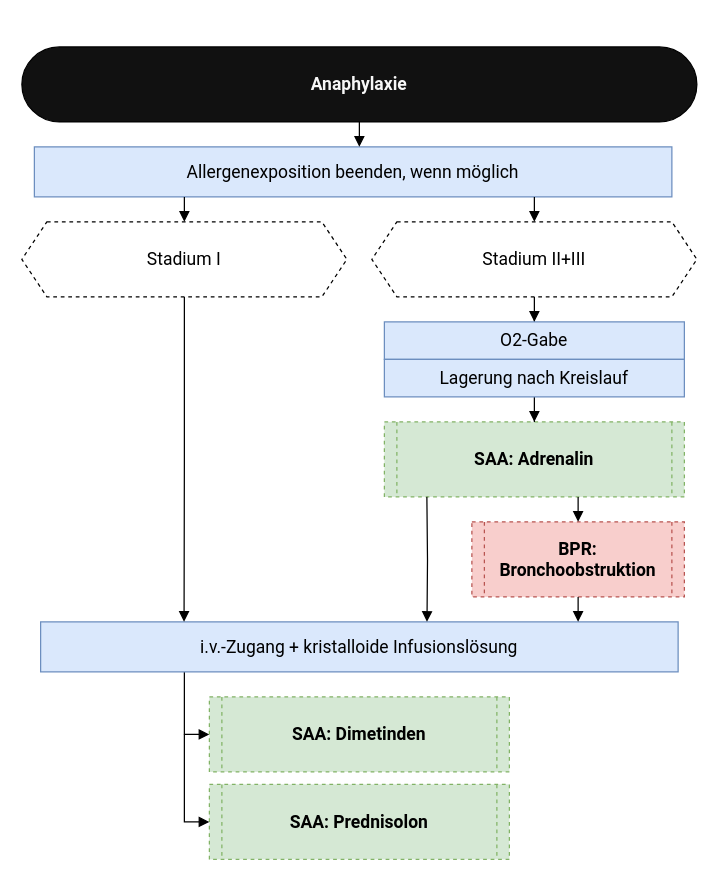
Above: assets/flows/anaphylaxie.drawio in steiiin/notsan-app (draw.io), before the change. Source tidied: cells renumbered, new cells numbered last; positions are measured from the earlier drawing's top-left corner, leaving out a move shared by most shapes. Both pictures are drawn from the tidied source at 125%, with x=0, y=0 at pixel (21, 46).
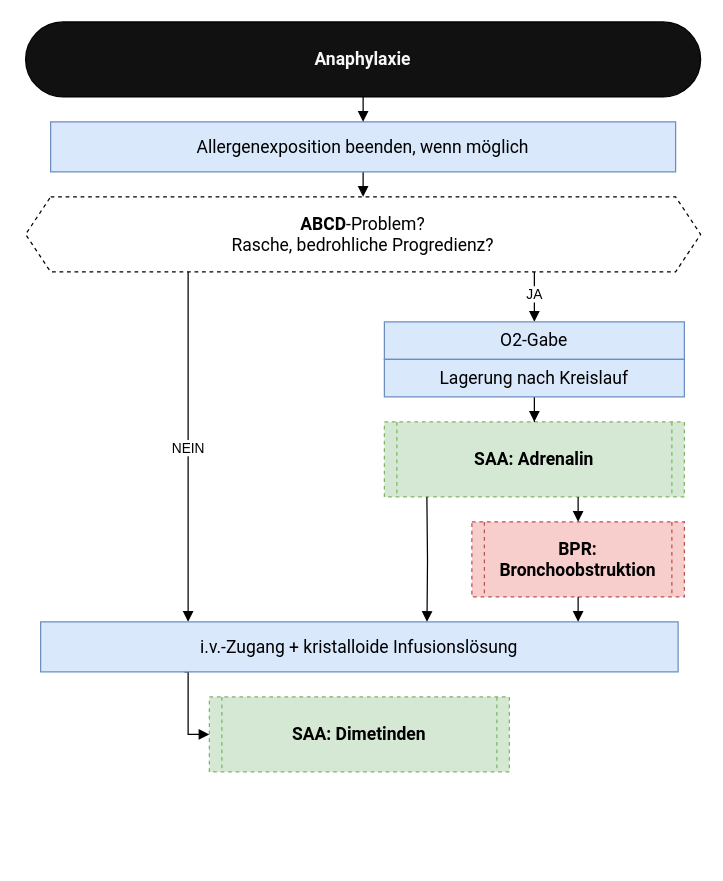
Above is the later version.

The change refers to these unchanged cells:
```xml
<mxCell id="12" value="O2-Gabe" style="rounded=0;whiteSpace=wrap;html=1;fillColor=#dae8fc;strokeColor=#6c8ebf;fontFamily=&quot;Roboto&quot;, &quot;Helvetica Neue&quot;, sans-serif;fontSize=14;fontColor=default;labelBackgroundColor=none;" parent="1" vertex="1">
  <mxGeometry x="290" y="220" width="240" height="30" as="geometry" />
</mxCell>
<mxCell id="17" value="i.v.-Zugang + kristalloide Infusionslösung" style="rounded=0;whiteSpace=wrap;html=1;fillColor=#dae8fc;strokeColor=#6c8ebf;fontFamily=&quot;Roboto&quot;, &quot;Helvetica Neue&quot;, sans-serif;fontSize=14;fontColor=default;labelBackgroundColor=none;" parent="1" vertex="1">
  <mxGeometry x="15" y="460" width="510" height="40" as="geometry" />
</mxCell>
<mxCell id="18" value="SAA: Dimetinden" style="shape=process;whiteSpace=wrap;html=1;backgroundOutline=1;size=0.04166666666666619;fillColor=#d5e8d4;strokeColor=#82b366;fontFamily=&quot;Roboto&quot;, &quot;Helvetica Neue&quot;, sans-serif;fontStyle=1;fontSize=14;textShadow=0;dashed=1;fontColor=default;labelBackgroundColor=none;" parent="1" vertex="1">
  <mxGeometry x="150" y="520" width="240" height="60" as="geometry" />
</mxCell>
```

What changed in the source:
```diff
@@
     <mxCell id="2" value="Anaphylaxie" style="rounded=1;whiteSpace=wrap;html=1;arcSize=50;fillColor=#111111;fontColor=#F7F7F7;fontFamily=&quot;Roboto&quot;, &quot;Helvetica Neue&quot;, sans-serif;fontSize=14;fontStyle=1;labelBackgroundColor=none;strokeColor=default;" parent="1" vertex="1">
-      <mxGeometry width="540" height="60" as="geometry" />
+      <mxGeometry x="3" y="-20" width="540" height="60" as="geometry" />
     </mxCell>
-    <mxCell id="3" value="Stadium I" style="shape=hexagon;perimeter=hexagonPerimeter2;whiteSpace=wrap;html=1;fixedSize=1;fontSize=14;fontFamily=&quot;Roboto&quot;, &quot;Helvetica Neue&quot;, sans-serif;size=20;dashed=1;fontColor=default;labelBackgroundColor=none;" parent="1" vertex="1">
-      <mxGeometry y="140" width="260" height="60" as="geometry" />
-    </mxCell>
@@
-    <mxCell id="6" style="edgeStyle=orthogonalEdgeStyle;shape=connector;rounded=0;jettySize=auto;html=1;entryX=0.5;entryY=0;entryDx=0;entryDy=0;strokeColor=default;align=center;verticalAlign=middle;fontFamily=Helvetica;fontSize=11;fontColor=default;labelBackgroundColor=default;endArrow=block;endFill=1;" parent="1" edge="1" source="7" target="12">
-      <mxGeometry relative="1" as="geometry" />
+    <mxCell id="6" style="edgeStyle=orthogonalEdgeStyle;shape=connector;rounded=0;jettySize=auto;html=1;strokeColor=default;align=center;verticalAlign=middle;fontFamily=Helvetica;fontSize=11;fontColor=default;labelBackgroundColor=default;endArrow=block;endFill=1;" parent="1" edge="1" source="7" target="12">
+      <mxGeometry relative="1" as="geometry">
+        <Array as="points">
+          <mxPoint x="410" y="200" />
+          <mxPoint x="410" y="200" />
+        </Array>
+      </mxGeometry>
     </mxCell>
+    <mxCell id="24" value="JA" style="edgeLabel;html=1;align=center;verticalAlign=middle;fontFamily=Helvetica;fontSize=11;fontColor=default;labelBackgroundColor=default;" parent="6" vertex="1">
+      <mxGeometry x="-0.24" y="1" relative="1" as="geometry">
+        <mxPoint x="-2" y="2" as="offset" />
+      </mxGeometry>
+    </mxCell>
+    <mxCell id="25" style="edgeStyle=orthogonalEdgeStyle;shape=connector;rounded=0;jettySize=auto;html=1;strokeColor=default;align=center;verticalAlign=middle;fontFamily=Helvetica;fontSize=11;fontColor=default;labelBackgroundColor=default;endArrow=block;endFill=1;" parent="1" edge="1" source="7" target="17">
+      <mxGeometry relative="1" as="geometry">
+        <Array as="points">
+          <mxPoint x="133" y="260" />
+          <mxPoint x="133" y="260" />
+        </Array>
+      </mxGeometry>
+    </mxCell>
+    <mxCell id="26" value="NEIN" style="edgeLabel;html=1;align=center;verticalAlign=middle;fontFamily=Helvetica;fontSize=11;fontColor=default;labelBackgroundColor=default;" parent="25" vertex="1">
+      <mxGeometry x="-0.86" relative="1" as="geometry">
+        <mxPoint x="-1" y="120" as="offset" />
+      </mxGeometry>
+    </mxCell>
-    <mxCell id="7" value="Stadium II+III" style="shape=hexagon;perimeter=hexagonPerimeter2;whiteSpace=wrap;html=1;fixedSize=1;fontSize=14;fontFamily=&quot;Roboto&quot;, &quot;Helvetica Neue&quot;, sans-serif;size=20;dashed=1;fontColor=default;labelBackgroundColor=none;" parent="1" vertex="1">
-      <mxGeometry x="280" y="140" width="260" height="60" as="geometry" />
+    <mxCell id="7" value="&lt;b&gt;ABCD&lt;/b&gt;-Problem?&lt;br&gt;Rasche, bedrohliche Progredienz?" style="shape=hexagon;perimeter=hexagonPerimeter2;whiteSpace=wrap;html=1;fixedSize=1;fontSize=14;fontFamily=&quot;Roboto&quot;, &quot;Helvetica Neue&quot;, sans-serif;size=20;dashed=1;fontColor=default;labelBackgroundColor=none;" parent="1" vertex="1">
+      <mxGeometry x="3" y="120" width="540" height="60" as="geometry" />
     </mxCell>
+    <mxCell id="27" style="edgeStyle=orthogonalEdgeStyle;shape=connector;rounded=0;jettySize=auto;html=1;strokeColor=default;align=center;verticalAlign=middle;fontFamily=Helvetica;fontSize=11;fontColor=default;labelBackgroundColor=default;endArrow=block;endFill=1;" parent="1" edge="1" source="8" target="7">
+      <mxGeometry relative="1" as="geometry">
+        <Array as="points">
+          <mxPoint x="273" y="110" />
+          <mxPoint x="273" y="110" />
+        </Array>
+      </mxGeometry>
+    </mxCell>
     <mxCell id="8" value="Allergenexposition beenden, wenn möglich" style="rounded=0;whiteSpace=wrap;html=1;fillColor=#dae8fc;strokeColor=#6c8ebf;fontFamily=&quot;Roboto&quot;, &quot;Helvetica Neue&quot;, sans-serif;fontSize=14;fontColor=default;labelBackgroundColor=none;" parent="1" vertex="1">
-      <mxGeometry x="10" y="80" width="510" height="40" as="geometry" />
+      <mxGeometry x="23" y="60" width="500" height="40" as="geometry" />
     </mxCell>
-    <mxCell id="9" style="edgeStyle=orthogonalEdgeStyle;shape=connector;rounded=0;jettySize=auto;html=1;entryX=0.51;entryY=0;entryDx=0;entryDy=0;entryPerimeter=0;strokeColor=default;align=center;verticalAlign=middle;fontFamily=Helvetica;fontSize=11;fontColor=default;labelBackgroundColor=default;endArrow=block;endFill=1;" parent="1" edge="1" source="2" target="8">
-      <mxGeometry relative="1" as="geometry" />
+    <mxCell id="9" style="edgeStyle=orthogonalEdgeStyle;shape=connector;rounded=0;orthogonalLoop=1;jettySize=auto;html=1;entryX=0.51;entryY=0;entryDx=0;entryDy=0;entryPerimeter=0;strokeColor=default;align=center;verticalAlign=middle;fontFamily=Helvetica;fontSize=11;fontColor=default;labelBackgroundColor=default;endArrow=block;endFill=1;" parent="1" edge="1">
+      <mxGeometry relative="1" as="geometry">
+        <mxPoint x="273" y="40" as="sourcePoint" />
+        <mxPoint x="273" y="60" as="targetPoint" />
+        <Array as="points">
+          <mxPoint x="273" y="50" />
+          <mxPoint x="273" y="50" />
+        </Array>
+      </mxGeometry>
     </mxCell>
-    <mxCell id="10" style="edgeStyle=orthogonalEdgeStyle;shape=connector;rounded=0;orthogonalLoop=1;jettySize=auto;html=1;strokeColor=default;align=center;verticalAlign=middle;fontFamily=Helvetica;fontSize=11;fontColor=default;labelBackgroundColor=default;endArrow=block;endFill=1;" parent="1" edge="1">
-      <mxGeometry relative="1" as="geometry">
-        <mxPoint x="130" y="120" as="sourcePoint" />
-        <mxPoint x="130" y="140" as="targetPoint" />
-      </mxGeometry>
-    </mxCell>
-    <mxCell id="11" style="edgeStyle=orthogonalEdgeStyle;shape=connector;rounded=0;orthogonalLoop=1;jettySize=auto;html=1;strokeColor=default;align=center;verticalAlign=middle;fontFamily=Helvetica;fontSize=11;fontColor=default;labelBackgroundColor=default;endArrow=block;endFill=1;" parent="1" edge="1">
-      <mxGeometry relative="1" as="geometry">
-        <mxPoint x="410" y="120" as="sourcePoint" />
-        <mxPoint x="410" y="140" as="targetPoint" />
-      </mxGeometry>
-    </mxCell>
@@
-    <mxCell id="16" style="edgeStyle=orthogonalEdgeStyle;shape=connector;rounded=0;jettySize=auto;html=1;strokeColor=default;align=center;verticalAlign=middle;fontFamily=Helvetica;fontSize=11;fontColor=default;labelBackgroundColor=default;endArrow=block;endFill=1;entryX=0;entryY=0.5;entryDx=0;entryDy=0;" parent="1" edge="1" target="18">
+    <mxCell id="16" style="edgeStyle=orthogonalEdgeStyle;shape=connector;rounded=0;orthogonalLoop=1;jettySize=auto;html=1;strokeColor=default;align=center;verticalAlign=middle;fontFamily=Helvetica;fontSize=11;fontColor=default;labelBackgroundColor=default;endArrow=block;endFill=1;entryX=0;entryY=0.5;entryDx=0;entryDy=0;" parent="1" edge="1">
       <mxGeometry relative="1" as="geometry">
         <mxPoint x="130" y="500" as="sourcePoint" />
+        <mxPoint x="150" y="550" as="targetPoint" />
         <Array as="points">
-          <mxPoint x="130" y="550" />
+          <mxPoint x="133" y="500" />
+          <mxPoint x="133" y="550" />
         </Array>
       </mxGeometry>
     </mxCell>
@@
-    <mxCell id="19" value="SAA: Prednisolon" style="shape=process;whiteSpace=wrap;html=1;backgroundOutline=1;size=0.04166666666666619;fillColor=#d5e8d4;strokeColor=#82b366;fontFamily=&quot;Roboto&quot;, &quot;Helvetica Neue&quot;, sans-serif;fontStyle=1;fontSize=14;textShadow=0;dashed=1;fontColor=default;labelBackgroundColor=none;" parent="1" vertex="1">
-      <mxGeometry x="150" y="590" width="240" height="60" as="geometry" />
-    </mxCell>
-    <mxCell id="20" style="edgeStyle=orthogonalEdgeStyle;shape=connector;rounded=0;jettySize=auto;html=1;entryX=0.225;entryY=0;entryDx=0;entryDy=0;entryPerimeter=0;strokeColor=default;align=center;verticalAlign=middle;fontFamily=Helvetica;fontSize=11;fontColor=default;labelBackgroundColor=default;endArrow=block;endFill=1;" parent="1" edge="1" source="3" target="17">
-      <mxGeometry relative="1" as="geometry" />
-    </mxCell>
@@
-    <mxCell id="23" style="edgeStyle=orthogonalEdgeStyle;shape=connector;rounded=0;jettySize=auto;html=1;strokeColor=default;align=center;verticalAlign=middle;fontFamily=Helvetica;fontSize=11;fontColor=default;labelBackgroundColor=default;endArrow=block;endFill=1;entryX=0;entryY=0.5;entryDx=0;entryDy=0;" parent="1" edge="1" target="19">
-      <mxGeometry relative="1" as="geometry">
-        <mxPoint x="130" y="550" as="sourcePoint" />
-        <Array as="points">
-          <mxPoint x="130" y="620" />
-        </Array>
-      </mxGeometry>
-    </mxCell>
```
